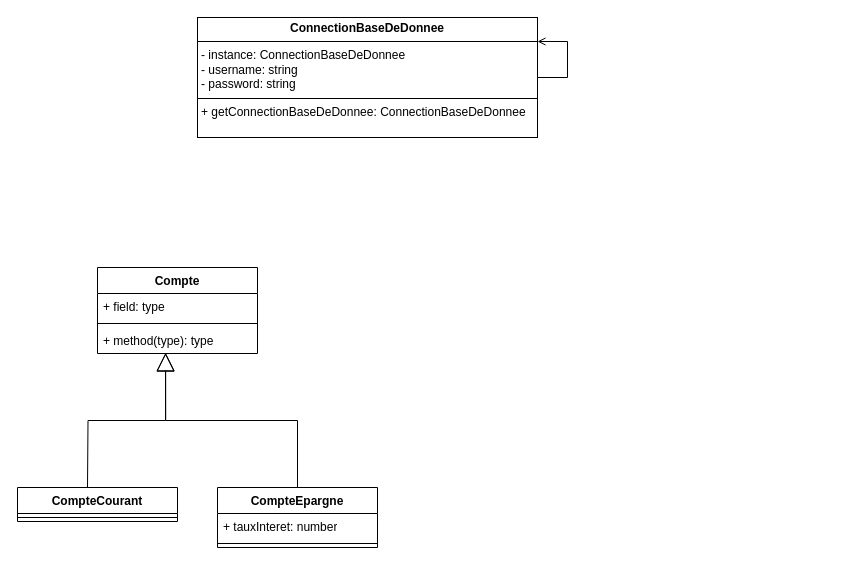
SamuelFMS/18-Dev-Design-Patern keeps this draw.io diagram as docs/DiagrammeDeClasse.drawio. Above is the earlier version. Source tidied: cells renumbered, new cells numbered last; positions are measured from the earlier drawing's top-left corner, leaving out a move shared by most shapes. Both pictures are drawn from the tidied source at 100%, with x=0, y=0 at pixel (17, 17).
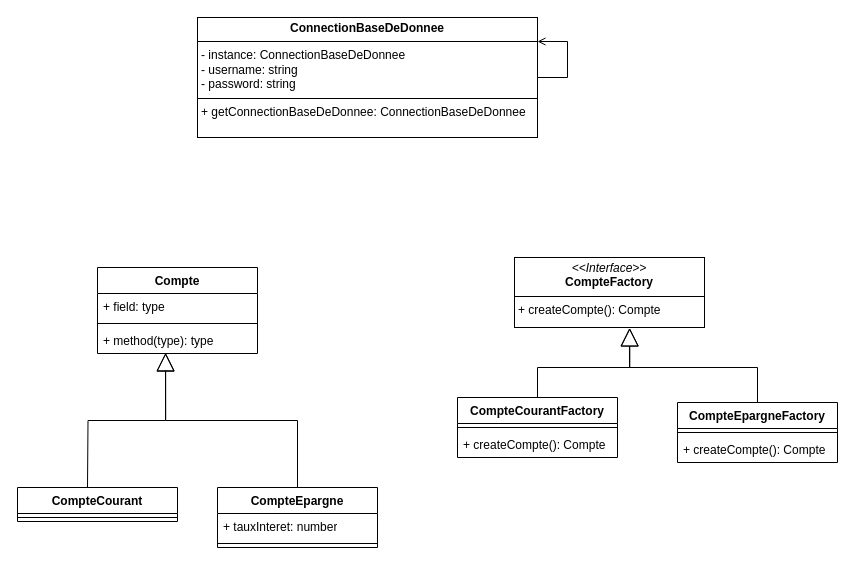
After the change.

Change to the diagram source:
```diff
@@
+    <mxCell id="15" value="&lt;p style=&quot;margin:0px;margin-top:4px;text-align:center;&quot;&gt;&lt;i&gt;&amp;lt;&amp;lt;Interface&amp;gt;&amp;gt;&lt;/i&gt;&lt;br&gt;&lt;b&gt;CompteFactory&lt;/b&gt;&lt;/p&gt;&lt;hr size=&quot;1&quot; style=&quot;border-style:solid;&quot;&gt;&lt;p style=&quot;margin:0px;margin-left:4px;&quot;&gt;+ createCompte(): Compte&lt;br&gt;&lt;/p&gt;" style="verticalAlign=top;align=left;overflow=fill;html=1;whiteSpace=wrap;" parent="1" vertex="1">
+      <mxGeometry x="497" y="240" width="190" height="70" as="geometry" />
+    </mxCell>
+    <mxCell id="16" value="CompteCourantFactory" style="swimlane;fontStyle=1;align=center;verticalAlign=top;horizontal=1;startSize=26;whiteSpace=wrap;html=1;" parent="1" vertex="1">
+      <mxGeometry x="440" y="380" width="160" height="60" as="geometry" />
+    </mxCell>
+    <mxCell id="17" style="line;strokeWidth=1;fillColor=none;align=left;verticalAlign=middle;spacingTop=-1;spacingLeft=3;spacingRight=3;labelPosition=right;strokeColor=inherit;labelPerimeter=1;" parent="16" vertex="1">
+      <mxGeometry y="26" width="160" height="8" as="geometry" />
+    </mxCell>
+    <mxCell id="18" value="+ createCompte(): Compte" style="text;strokeColor=none;fillColor=none;align=left;verticalAlign=top;spacingLeft=4;spacingRight=4;overflow=hidden;whiteSpace=wrap;html=1;" parent="16" vertex="1">
+      <mxGeometry y="34" width="160" height="26" as="geometry" />
+    </mxCell>
+    <mxCell id="19" value="CompteEpargneFactory" style="swimlane;fontStyle=1;align=center;verticalAlign=top;horizontal=1;startSize=26;whiteSpace=wrap;html=1;" parent="1" vertex="1">
+      <mxGeometry x="660" y="385" width="160" height="60" as="geometry" />
+    </mxCell>
+    <mxCell id="20" style="line;strokeWidth=1;fillColor=none;align=left;verticalAlign=middle;spacingTop=-1;spacingLeft=3;spacingRight=3;labelPosition=right;strokeColor=inherit;labelPerimeter=1;" parent="19" vertex="1">
+      <mxGeometry y="26" width="160" height="8" as="geometry" />
+    </mxCell>
+    <mxCell id="21" value="+ createCompte(): Compte" style="text;strokeColor=none;fillColor=none;align=left;verticalAlign=top;spacingLeft=4;spacingRight=4;overflow=hidden;whiteSpace=wrap;html=1;" parent="19" vertex="1">
+      <mxGeometry y="34" width="160" height="26" as="geometry" />
+    </mxCell>
+    <mxCell id="22" style="endArrow=block;endSize=16;endFill=0;html=1;rounded=0;defaultLabelBackgroundColor=page;labelPadding=0 4;entryX=0.607;entryY=1.007;entryDx=0;entryDy=0;entryPerimeter=0;edgeStyle=orthogonalEdgeStyle;exitX=0.5;exitY=0;exitDx=0;exitDy=0;" parent="1" edge="1" source="16" target="15">
+      <mxGeometry x="-0.04" relative="1" as="geometry">
+        <Array as="points">
+          <mxPoint x="520" y="350" />
+          <mxPoint x="612.3" y="350" />
+        </Array>
+      </mxGeometry>
+    </mxCell>
+    <mxCell id="23" style="endArrow=block;endSize=16;endFill=0;html=1;rounded=0;defaultLabelBackgroundColor=page;labelPadding=0 4;entryX=0.605;entryY=1.006;entryDx=0;entryDy=0;entryPerimeter=0;edgeStyle=orthogonalEdgeStyle;" parent="1" edge="1" source="19" target="15">
+      <mxGeometry x="-0.01" relative="1" as="geometry">
+        <Array as="points">
+          <mxPoint x="740" y="350" />
+          <mxPoint x="612" y="350" />
+        </Array>
+      </mxGeometry>
+    </mxCell>
```
